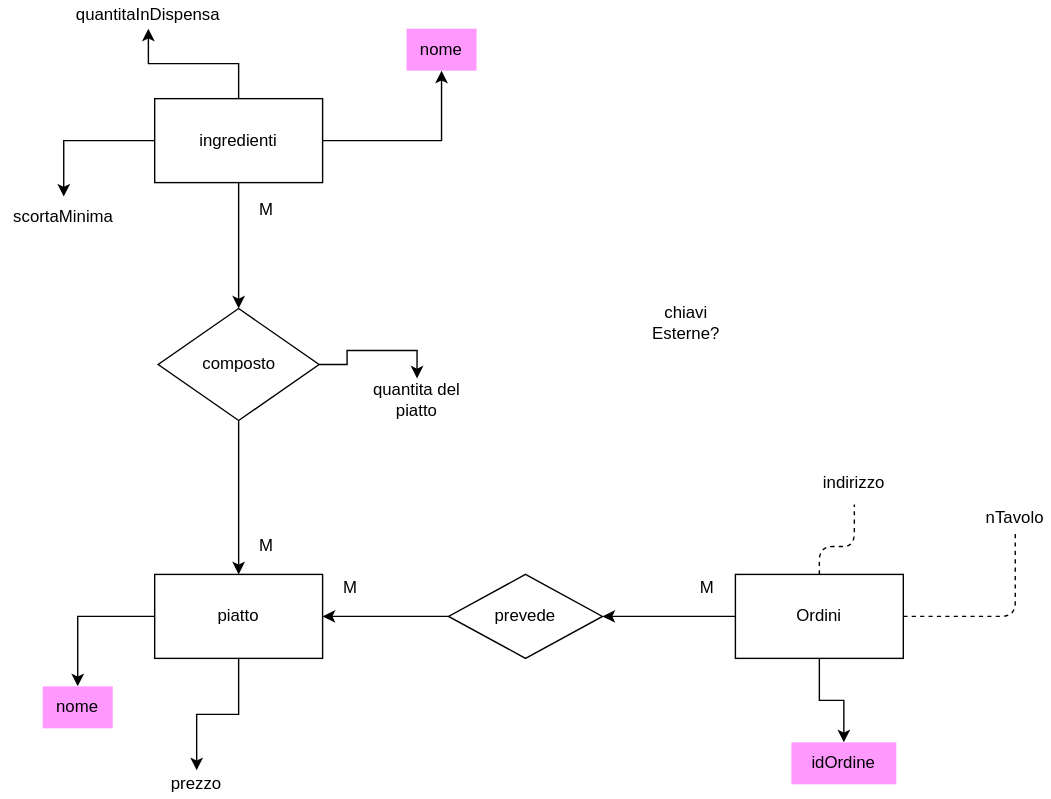
Above: E-R_diagram.svg in Santeenee/ExamProject (draw.io), before the change. Source tidied: cells renumbered, new cells last; positions are measured from the earlier drawing's top-left corner, leaving out a move shared by most shapes.
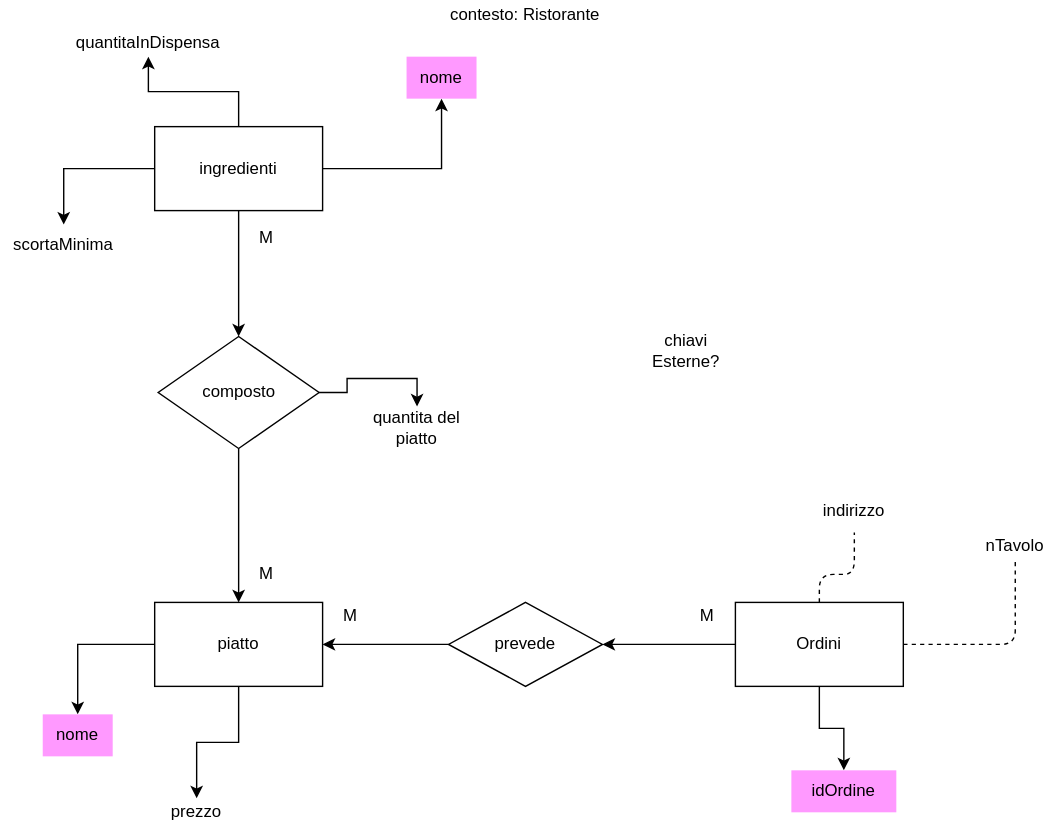
Later version of the same file.

The edit, as a diff of the source:
```diff
@@ -107,5 +107,8 @@
     <mxCell id="33" value="chiavi&lt;br&gt;Esterne?" style="text;html=1;strokeColor=none;fillColor=none;align=center;verticalAlign=middle;whiteSpace=wrap;rounded=0;" parent="1" vertex="1">
       <mxGeometry x="450" y="210" width="80" height="40" as="geometry" />
     </mxCell>
+    <mxCell id="34" value="contesto: Ristorante" style="text;html=1;strokeColor=none;fillColor=none;align=center;verticalAlign=middle;whiteSpace=wrap;rounded=0;" parent="1" vertex="1">
+      <mxGeometry x="310" y="-20" width="130" height="20" as="geometry" />
+    </mxCell>
   </root>
 </mxGraphModel>
```
